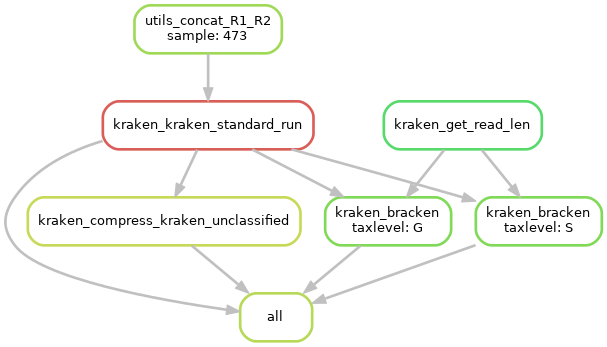
Before: images/kraken_dag.png, a diagram exported from Graphviz (vdblab/vdblab-shotgun). Its source is kept beside it as images/kraken_dag.dot. Source of this version:
```dot
digraph snakemake_dag {
    graph[bgcolor=white, margin=0];
    node[shape=box, style=rounded, fontname=sans,                 fontsize=10, penwidth=2];
    edge[penwidth=2, color=grey];
	0[label = "all", color = "0.21 0.6 0.85", style="rounded"];
	1[label = "kraken_kraken_standard_run", color = "0.01 0.6 0.85", style="rounded"];
	2[label = "utils_concat_R1_R2\nsample: 473", color = "0.24 0.6 0.85", style="rounded"];
	3[label = "kraken_compress_kraken_unclassified", color = "0.19 0.6 0.85", style="rounded"];
	4[label = "kraken_get_read_len", color = "0.36 0.6 0.85", style="rounded"];
	5[label = "kraken_bracken\ntaxlevel: G", color = "0.28 0.6 0.85", style="rounded"];
	6[label = "kraken_bracken\ntaxlevel: S", color = "0.28 0.6 0.85", style="rounded"];
	1 -> 0
	3 -> 0
	5 -> 0
	6 -> 0
	2 -> 1
	1 -> 3
	4 -> 5
	1 -> 5
	4 -> 6
	1 -> 6
}
```
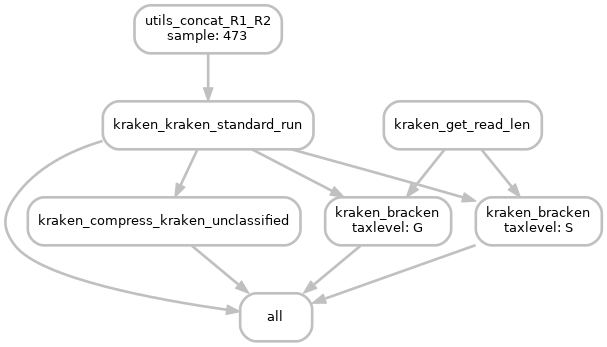
The same diagram one commit later.

What changed in the source:
```diff
@@ -2,13 +2,13 @@
     graph[bgcolor=white, margin=0];
     node[shape=box, style=rounded, fontname=sans,                 fontsize=10, penwidth=2];
     edge[penwidth=2, color=grey];
-	0[label = "all", color = "0.21 0.6 0.85", style="rounded"];
-	1[label = "kraken_kraken_standard_run", color = "0.01 0.6 0.85", style="rounded"];
-	2[label = "utils_concat_R1_R2\nsample: 473", color = "0.24 0.6 0.85", style="rounded"];
-	3[label = "kraken_compress_kraken_unclassified", color = "0.19 0.6 0.85", style="rounded"];
-	4[label = "kraken_get_read_len", color = "0.36 0.6 0.85", style="rounded"];
-	5[label = "kraken_bracken\ntaxlevel: G", color = "0.28 0.6 0.85", style="rounded"];
-	6[label = "kraken_bracken\ntaxlevel: S", color = "0.28 0.6 0.85", style="rounded"];
+	0[label = "all", color = "grey", style="rounded"];
+	1[label = "kraken_kraken_standard_run", color = "grey", style="rounded"];
+	2[label = "utils_concat_R1_R2\nsample: 473", color = "grey", style="rounded"];
+	3[label = "kraken_compress_kraken_unclassified", color = "grey", style="rounded"];
+	4[label = "kraken_get_read_len", color = "grey", style="rounded"];
+	5[label = "kraken_bracken\ntaxlevel: G", color = "grey", style="rounded"];
+	6[label = "kraken_bracken\ntaxlevel: S", color = "grey", style="rounded"];
 	1 -> 0
 	3 -> 0
 	5 -> 0
```
